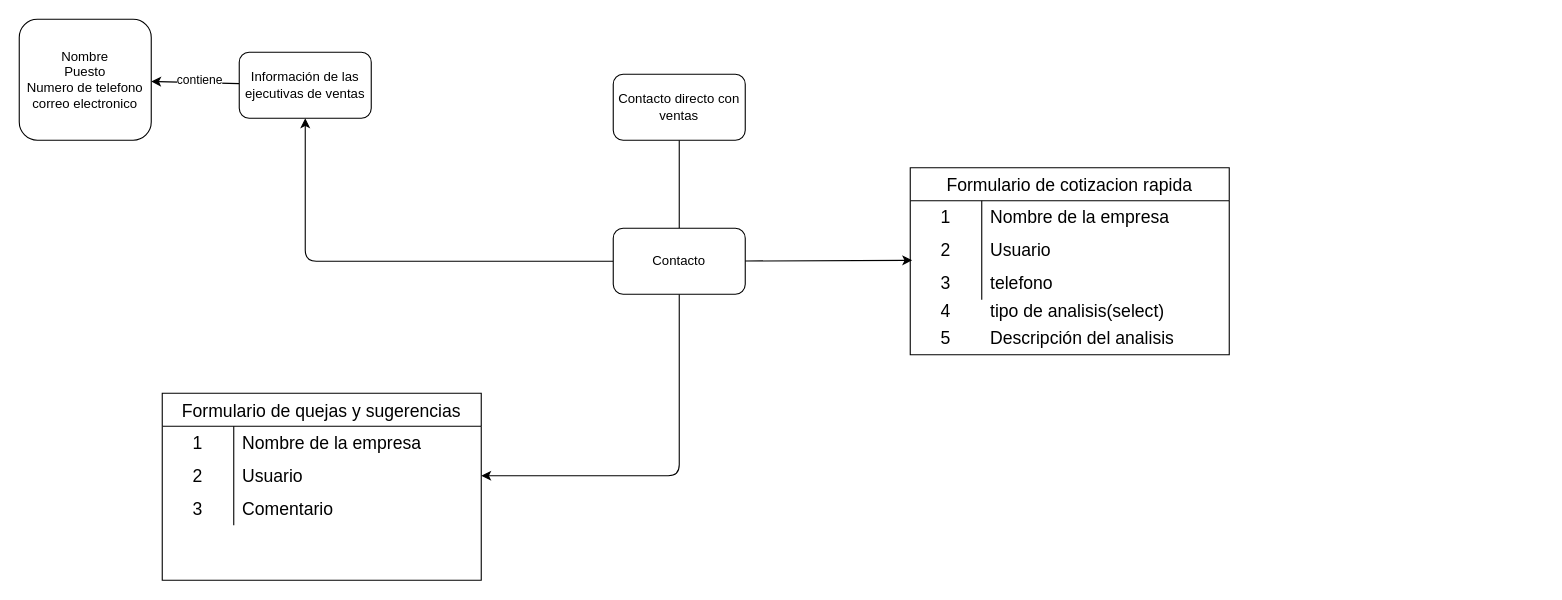
Before: page "Contacto" (4 of 6) of diagrama_flujo_acciones_NEXUS.drawio in JIvanRL/ICAYS_NEXUS, a draw.io diagram. Source tidied: cells renumbered, new cells numbered last; positions are measured from the earlier drawing's top-left corner, leaving out a move shared by most shapes. Both pictures are drawn from the tidied source at 110%, with x=0, y=0 at pixel (19, 19).
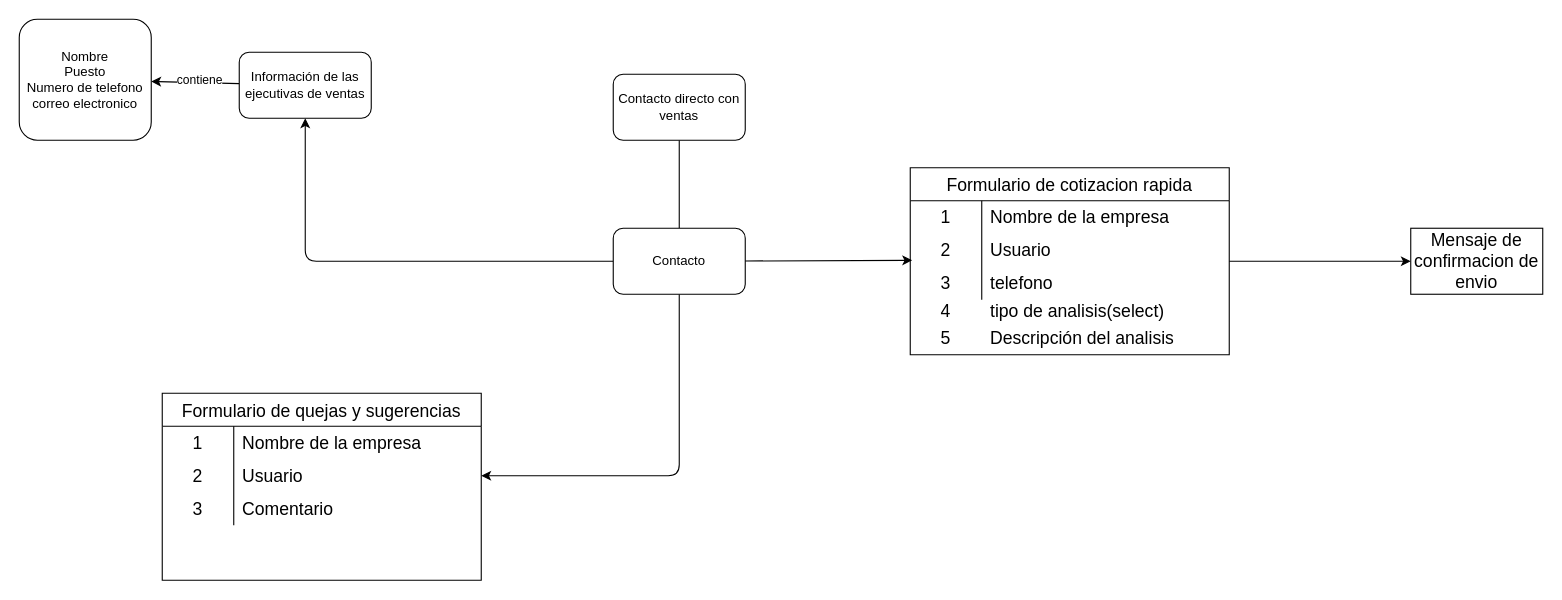
Above is the later version.

Unchanged cells that the change refers to:
```xml
<mxCell id="21" value="Formulario de cotizacion rapida" style="shape=table;startSize=30;childLayout=tableLayout;rowLines=0;fontStyle=0;strokeColor=default;fontSize=16;" parent="1" vertex="1">
  <mxGeometry x="810" y="135" width="290" height="170" as="geometry" />
</mxCell>
```

Change to the diagram source:
```diff
@@
+    <mxCell id="36" style="edgeStyle=none;html=1;" parent="1" edge="1" source="21" target="37">
+      <mxGeometry relative="1" as="geometry" />
+    </mxCell>
@@
+    <mxCell id="37" value="Mensaje de confirmacion de envio" style="whiteSpace=wrap;html=1;fontSize=16;startSize=30;fontStyle=0;" parent="1" vertex="1">
+      <mxGeometry x="1265" y="190" width="120" height="60" as="geometry" />
+    </mxCell>
```
